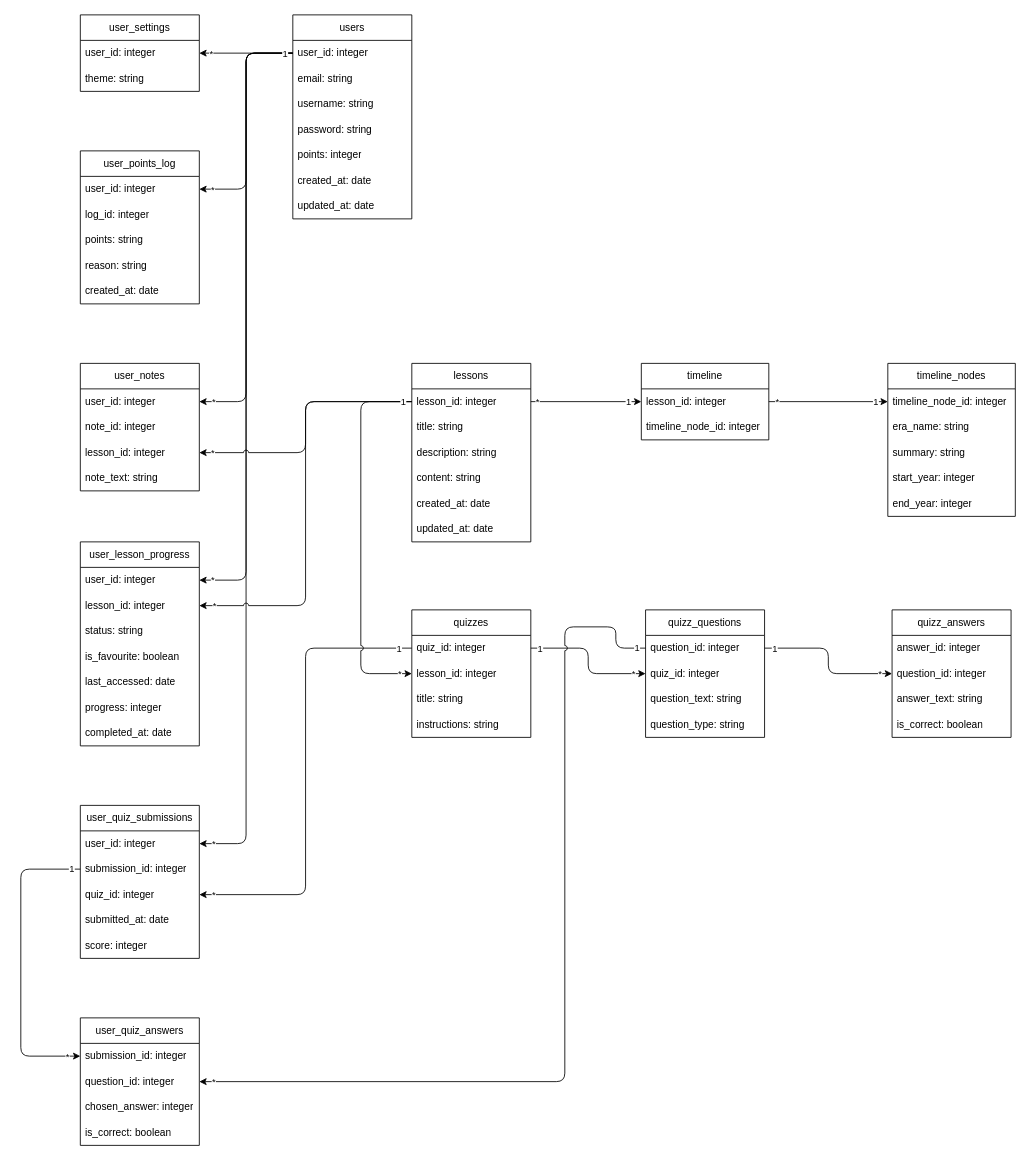
Above: relations.drawio in Ahad0926/ChronoMath (draw.io), before the change. Source tidied: cells renumbered, new cells numbered last; positions are measured from the earlier drawing's top-left corner, leaving out a move shared by most shapes. Both pictures are drawn from the tidied source at 85%, with x=0, y=0 at pixel (20, 14).
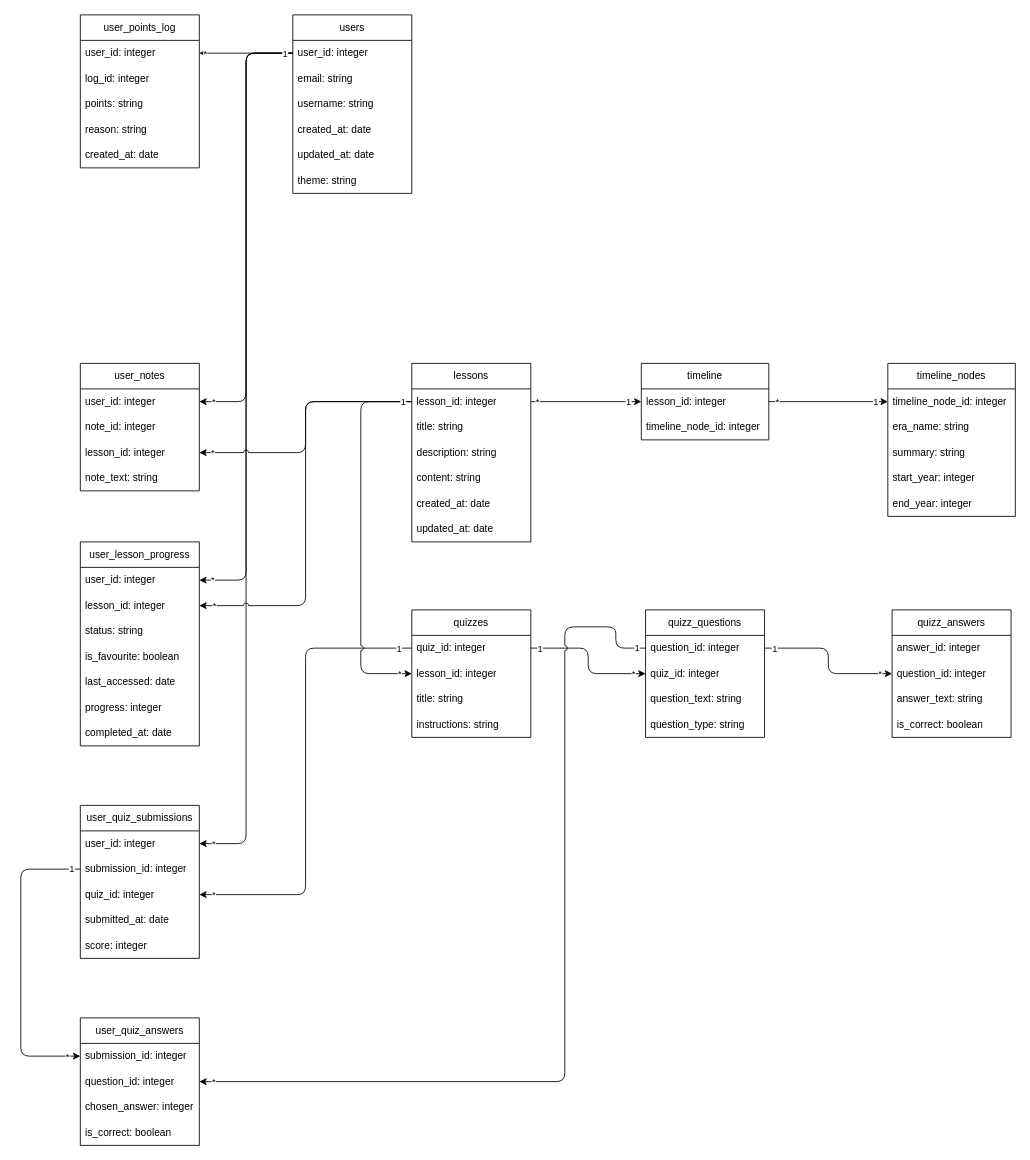
The same page after the edit.

Unchanged cells that the change refers to:
```xml
<mxCell id="3" value="user_id: integer" style="text;strokeColor=none;fillColor=none;align=left;verticalAlign=middle;spacingLeft=4;spacingRight=4;overflow=hidden;points=[[0,0.5],[1,0.5]];portConstraint=eastwest;whiteSpace=wrap;html=1;" parent="2" vertex="1">
  <mxGeometry y="30" width="140" height="30" as="geometry" />
</mxCell>
```

The edit, as a diff of the source:
```diff
@@
     <mxCell id="2" value="users" style="swimlane;fontStyle=0;horizontal=1;startSize=30;whiteSpace=wrap;html=1;" parent="1" vertex="1">
-      <mxGeometry x="320" width="140" height="240" as="geometry" />
+      <mxGeometry x="320" width="140" height="210" as="geometry" />
     </mxCell>
@@
-    <mxCell id="6" value="password: string" style="text;strokeColor=none;fillColor=none;align=left;verticalAlign=middle;spacingLeft=4;spacingRight=4;overflow=hidden;whiteSpace=wrap;html=1;" parent="2" vertex="1">
-      <mxGeometry y="120" width="140" height="30" as="geometry" />
-    </mxCell>
-    <mxCell id="7" value="points: integer" style="text;strokeColor=none;fillColor=none;align=left;verticalAlign=middle;spacingLeft=4;spacingRight=4;overflow=hidden;whiteSpace=wrap;html=1;" parent="2" vertex="1">
-      <mxGeometry y="150" width="140" height="30" as="geometry" />
-    </mxCell>
     <mxCell id="8" value="created_at: date" style="text;strokeColor=none;fillColor=none;align=left;verticalAlign=middle;spacingLeft=4;spacingRight=4;overflow=hidden;whiteSpace=wrap;html=1;" parent="2" vertex="1">
-      <mxGeometry y="180" width="140" height="30" as="geometry" />
+      <mxGeometry y="120" width="140" height="30" as="geometry" />
     </mxCell>
     <mxCell id="9" value="updated_at: date" style="text;strokeColor=none;fillColor=none;align=left;verticalAlign=middle;spacingLeft=4;spacingRight=4;overflow=hidden;whiteSpace=wrap;html=1;" parent="2" vertex="1">
-      <mxGeometry y="210" width="140" height="30" as="geometry" />
+      <mxGeometry y="150" width="140" height="30" as="geometry" />
     </mxCell>
-    <mxCell id="10" value="user_settings" style="swimlane;fontStyle=0;horizontal=1;startSize=30;whiteSpace=wrap;html=1;" parent="1" vertex="1">
-      <mxGeometry x="70" width="140" height="90" as="geometry" />
-    </mxCell>
-    <mxCell id="11" value="user_id: integer" style="text;strokeColor=none;fillColor=none;align=left;verticalAlign=middle;spacingLeft=4;spacingRight=4;overflow=hidden;points=[[0,0.5],[1,0.5]];portConstraint=eastwest;whiteSpace=wrap;html=1;" parent="10" vertex="1">
-      <mxGeometry y="30" width="140" height="30" as="geometry" />
-    </mxCell>
-    <mxCell id="12" value="theme: string" style="text;strokeColor=none;fillColor=none;align=left;verticalAlign=middle;spacingLeft=4;spacingRight=4;overflow=hidden;whiteSpace=wrap;html=1;" parent="10" vertex="1">
-      <mxGeometry y="60" width="140" height="30" as="geometry" />
+    <mxCell id="12" value="theme: string" style="text;strokeColor=none;fillColor=none;align=left;verticalAlign=middle;spacingLeft=4;spacingRight=4;overflow=hidden;whiteSpace=wrap;html=1;" parent="2" vertex="1">
+      <mxGeometry y="180" width="140" height="30" as="geometry" />
     </mxCell>
     <mxCell id="13" value="user_points_log" style="swimlane;fontStyle=0;horizontal=1;startSize=30;whiteSpace=wrap;html=1;" parent="1" vertex="1">
-      <mxGeometry x="70" y="160" width="140" height="180" as="geometry" />
+      <mxGeometry x="70" width="140" height="180" as="geometry" />
     </mxCell>
@@
-    <mxCell id="28" style="edgeStyle=none;html=1;exitX=0;exitY=0.5;exitDx=0;exitDy=0;entryX=1;entryY=0.5;entryDx=0;entryDy=0;" parent="1" edge="1" source="3" target="11">
-      <mxGeometry relative="1" as="geometry" />
-    </mxCell>
-    <mxCell id="29" value="*" style="edgeLabel;html=1;align=center;verticalAlign=middle;fontFamily=Helvetica;fontSize=11;fontColor=default;labelBackgroundColor=default;" parent="28" vertex="1">
-      <mxGeometry x="0.76" relative="1" as="geometry" />
-    </mxCell>
```
